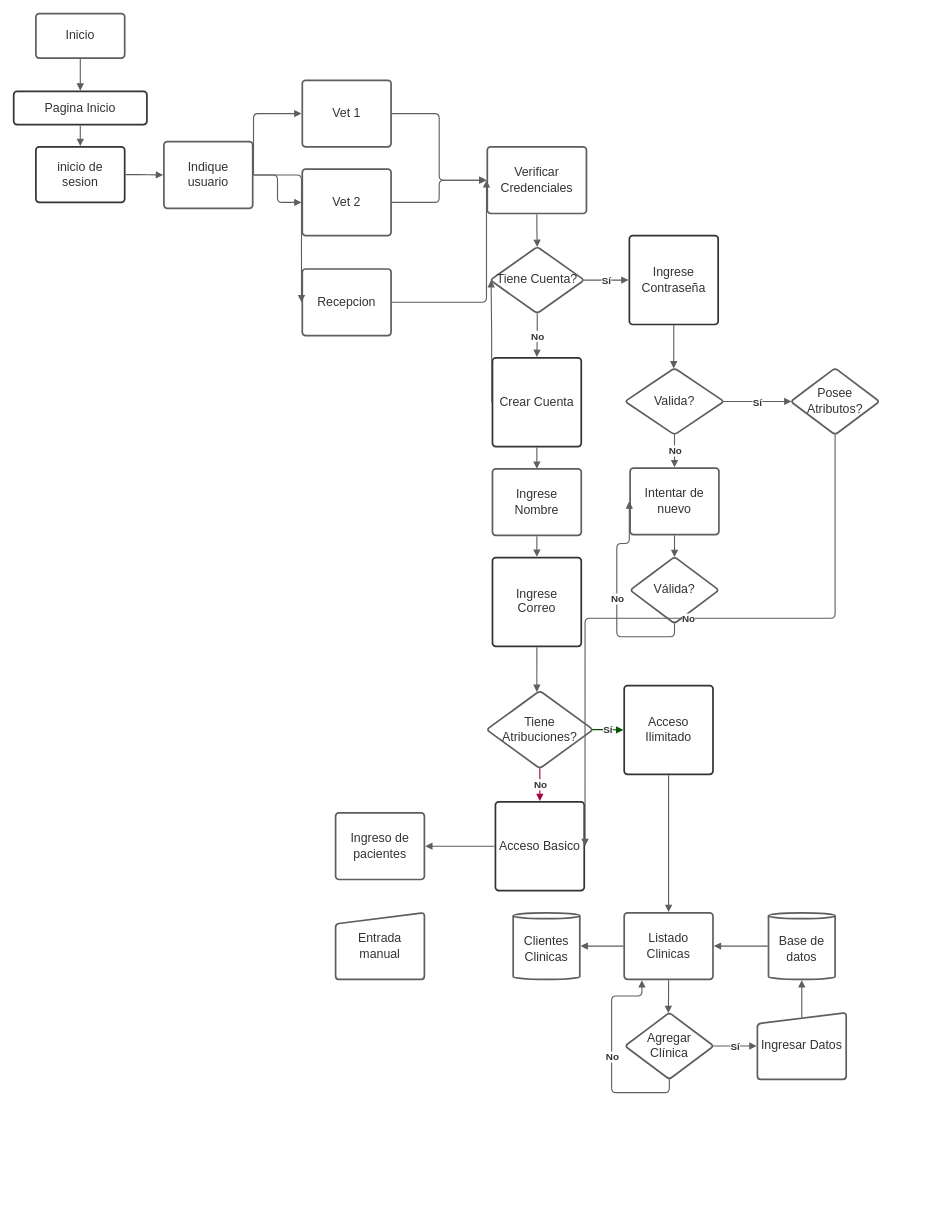
Earlier version of the draw.io diagram Diagrama sin título.drawio (MauroCCampos/Petsitter-Spa). Source tidied: cells renumbered, new cells numbered last; positions are measured from the earlier drawing's top-left corner, leaving out a move shared by most shapes. Both pictures are drawn from the tidied source at 74%, with x=0, y=0 at pixel (13, 13).
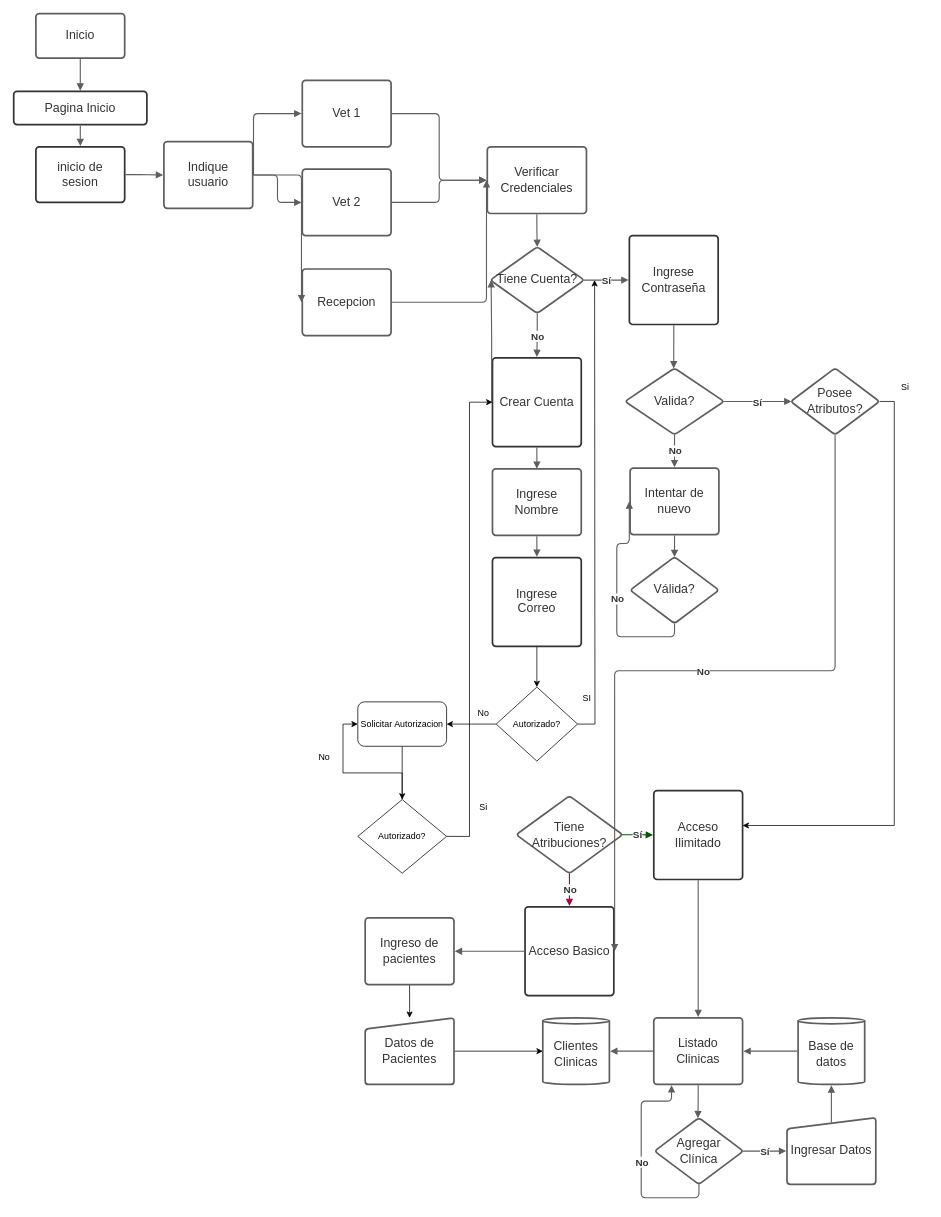
The same diagram, later.

Commit message (it also covers changes not shown here):
Proyecto Go Animal

Unchanged cells that the change refers to:
```xml
<mxCell id="23" value="Crear Cuenta" style="html=1;overflow=block;blockSpacing=1;whiteSpace=wrap;fontSize=16.7;fontColor=#333333;align=center;spacing=3.8;strokeColor=#333333;strokeOpacity=100;fillOpacity=0;rounded=1;absoluteArcSize=1;arcSize=9;fillColor=#ffffff;strokeWidth=2.3;lucidId=uwV_kCfQT2Pc;" parent="1" vertex="1">
  <mxGeometry x="647" y="465" width="120" height="120" as="geometry" />
</mxCell>
<mxCell id="38" value="&lt;div style=&quot;display: flex; justify-content: center; text-align: center; align-items: baseline; font-size: 0; line-height: 1.25;margin-top: -2px;&quot;&gt;&lt;span&gt;&lt;span style=&quot;font-size:16.7px;color:#333333;&quot;&gt;Ingrese &#10;&lt;/span&gt;&lt;/span&gt;&lt;/div&gt;&lt;div style=&quot;display: flex; justify-content: center; text-align: center; align-items: baseline; font-size: 0; line-height: 1.25;margin-top: -2px;&quot;&gt;&lt;span&gt;&lt;span style=&quot;font-size:16.7px;color:#333333;&quot;&gt;Correo&lt;/span&gt;&lt;/span&gt;&lt;/div&gt;" style="html=1;overflow=block;blockSpacing=1;whiteSpace=wrap;fontSize=13;spacing=3.8;strokeColor=#333333;strokeOpacity=100;fillOpacity=0;rounded=1;absoluteArcSize=1;arcSize=9;fillColor=#ffffff;strokeWidth=2.3;lucidId=Xag~Ae.uutdC;" parent="1" vertex="1">
  <mxGeometry x="647" y="735" width="120" height="120" as="geometry" />
</mxCell>
<mxCell id="47" value="Posee Atributos?" style="html=1;overflow=block;blockSpacing=1;whiteSpace=wrap;rhombus;fontSize=16.7;fontColor=#333333;align=center;spacing=3.8;strokeColor=#5e5e5e;strokeOpacity=100;rounded=1;absoluteArcSize=1;arcSize=9;strokeWidth=2.3;lucidId=nfg~SPuSGxTI;" parent="1" vertex="1">
  <mxGeometry x="1050" y="479" width="120" height="90" as="geometry" />
</mxCell>
```

The edit, as a diff of the source:
```diff
@@
+    <mxCell id="71" style="edgeStyle=orthogonalEdgeStyle;rounded=0;jettySize=auto;html=1;exitX=0.5;exitY=1;exitDx=0;exitDy=0;entryX=0.5;entryY=0;entryDx=0;entryDy=0;" parent="1" edge="1" source="38" target="77">
+      <mxGeometry relative="1" as="geometry" />
+    </mxCell>
@@
     <mxCell id="39" value="Tiene Atribuciones?" style="html=1;overflow=block;blockSpacing=1;whiteSpace=wrap;rhombus;fontSize=16.7;fontColor=#333333;align=center;spacing=3.8;strokeColor=#5e5e5e;strokeOpacity=100;rounded=1;absoluteArcSize=1;arcSize=9;strokeWidth=2.3;lucidId=4bg~qIHvXVig;" parent="1" vertex="1">
-      <mxGeometry x="639" y="915" width="144" height="105" as="geometry" />
+      <mxGeometry x="679" y="1057" width="144" height="105" as="geometry" />
     </mxCell>
-    <mxCell id="40" style="html=1;jettySize=18;whiteSpace=wrap;fontSize=13;strokeColor=#5E5E5E;strokeWidth=1.5;rounded=1;arcSize=12;edgeStyle=orthogonalEdgeStyle;startArrow=none;endArrow=block;endFill=1;exitX=0.5;exitY=1.009;exitPerimeter=0;entryX=0.472;entryY=0.015;entryPerimeter=0;lucidId=.bg~YO.xiR91;" parent="1" edge="1" source="38" target="39">
-      <mxGeometry relative="1" as="geometry" />
-    </mxCell>
@@
     <mxCell id="43" value="Acceso Ilimitado" style="html=1;overflow=block;blockSpacing=1;whiteSpace=wrap;fontSize=16.7;fontColor=#333333;align=center;spacing=3.8;strokeColor=#333333;strokeOpacity=100;fillOpacity=0;rounded=1;absoluteArcSize=1;arcSize=9;fillColor=#ffffff;strokeWidth=2.3;lucidId=Wcg~fUxF38FF;" parent="1" vertex="1">
-      <mxGeometry x="825" y="908" width="120" height="120" as="geometry" />
+      <mxGeometry x="865" y="1050" width="120" height="120" as="geometry" />
     </mxCell>
@@
     <mxCell id="46" value="Acceso Basico" style="html=1;overflow=block;blockSpacing=1;whiteSpace=wrap;fontSize=16.7;fontColor=#333333;align=center;spacing=3.8;strokeColor=#333333;strokeOpacity=100;fillOpacity=0;rounded=1;absoluteArcSize=1;arcSize=9;fillColor=#ffffff;strokeWidth=2.3;lucidId=-cg~yoFNJy~t;" parent="1" vertex="1">
-      <mxGeometry x="651" y="1065" width="120" height="120" as="geometry" />
+      <mxGeometry x="691" y="1207" width="120" height="120" as="geometry" />
     </mxCell>
+    <mxCell id="72" style="edgeStyle=orthogonalEdgeStyle;rounded=0;jettySize=auto;html=1;exitX=1;exitY=0.5;exitDx=0;exitDy=0;entryX=1;entryY=0.392;entryDx=0;entryDy=0;entryPerimeter=0;" parent="1" edge="1" source="47" target="43">
+      <mxGeometry relative="1" as="geometry" />
+    </mxCell>
@@
+    <mxCell id="73" style="edgeStyle=orthogonalEdgeStyle;rounded=0;jettySize=auto;html=1;exitX=0.5;exitY=1;exitDx=0;exitDy=0;entryX=0.5;entryY=0;entryDx=0;entryDy=0;" parent="1" edge="1" source="54" target="70">
+      <mxGeometry relative="1" as="geometry" />
+    </mxCell>
     <mxCell id="54" value="Ingreso de pacientes" style="html=1;overflow=block;blockSpacing=1;whiteSpace=wrap;fontSize=16.7;fontColor=#333333;align=center;spacing=9;strokeColor=#5e5e5e;strokeOpacity=100;rounded=1;absoluteArcSize=1;arcSize=9;strokeWidth=2.3;lucidId=k7g~KJd08HX2;" parent="1" vertex="1">
-      <mxGeometry x="435" y="1080" width="120" height="90" as="geometry" />
+      <mxGeometry x="475" y="1222" width="120" height="90" as="geometry" />
     </mxCell>
@@
     <mxCell id="56" value="Listado Clinicas" style="html=1;overflow=block;blockSpacing=1;whiteSpace=wrap;fontSize=16.7;fontColor=#333333;align=center;spacing=9;strokeColor=#5e5e5e;strokeOpacity=100;rounded=1;absoluteArcSize=1;arcSize=9;strokeWidth=2.3;lucidId=Z7g~fSgXq1W0;" parent="1" vertex="1">
-      <mxGeometry x="825" y="1215" width="120" height="90" as="geometry" />
+      <mxGeometry x="865" y="1357" width="120" height="90" as="geometry" />
     </mxCell>
@@
     <mxCell id="58" value="Agregar Clínica" style="html=1;overflow=block;blockSpacing=1;whiteSpace=wrap;rhombus;fontSize=16.7;fontColor=#333333;align=center;spacing=3.8;strokeColor=#5e5e5e;strokeOpacity=100;rounded=1;absoluteArcSize=1;arcSize=9;strokeWidth=2.3;lucidId=fah~KPaeuUrh;" parent="1" vertex="1">
-      <mxGeometry x="826" y="1350" width="120" height="90" as="geometry" />
+      <mxGeometry x="866" y="1492" width="120" height="90" as="geometry" />
     </mxCell>
@@
     <mxCell id="62" value="Base de datos" style="html=1;overflow=block;blockSpacing=1;whiteSpace=wrap;shape=cylinder3;size=4;anchorPointDirection=0;boundedLbl=1;fontSize=16.7;fontColor=#333333;align=center;spacing=3.8;strokeColor=#5e5e5e;strokeOpacity=100;rounded=1;absoluteArcSize=1;arcSize=9;strokeWidth=2.3;lucidId=Zdh~PG8KVk3B;" parent="1" vertex="1">
-      <mxGeometry x="1020" y="1215" width="90" height="90" as="geometry" />
+      <mxGeometry x="1060" y="1357" width="90" height="90" as="geometry" />
     </mxCell>
@@
     <mxCell id="64" value="Ingresar Datos" style="html=1;overflow=block;blockSpacing=1;whiteSpace=wrap;shape=manualInput;size=15;fontSize=16.7;fontColor=#333333;align=center;spacing=3.8;strokeColor=#5e5e5e;strokeOpacity=100;rounded=1;absoluteArcSize=1;arcSize=9;strokeWidth=2.3;lucidId=Neh~7mN96rgw;" parent="1" vertex="1">
-      <mxGeometry x="1005" y="1350" width="120" height="90" as="geometry" />
+      <mxGeometry x="1045" y="1492" width="120" height="90" as="geometry" />
     </mxCell>
@@
     <mxCell id="68" style="html=1;jettySize=18;whiteSpace=wrap;fontSize=13;strokeColor=#5E5E5E;strokeWidth=1.5;rounded=1;arcSize=12;edgeStyle=orthogonalEdgeStyle;startArrow=none;endArrow=block;endFill=1;exitX=-0.009;exitY=0.5;exitPerimeter=0;lucidId=PBh~WUcamDJf;" parent="1" edge="1" source="56">
       <mxGeometry relative="1" as="geometry">
-        <mxPoint x="766" y="1260" as="targetPoint" />
+        <mxPoint x="806" y="1402" as="targetPoint" />
       </mxGeometry>
     </mxCell>
     <mxCell id="69" value="Clientes Clinicas" style="html=1;overflow=block;blockSpacing=1;whiteSpace=wrap;shape=cylinder3;size=4;anchorPointDirection=0;boundedLbl=1;fontSize=16.7;fontColor=#333333;align=center;spacing=3.8;strokeColor=#5e5e5e;strokeOpacity=100;rounded=1;absoluteArcSize=1;arcSize=9;strokeWidth=2.3;lucidId=_Bh~envPogOS;" parent="1" vertex="1">
-      <mxGeometry x="675" y="1215" width="90" height="90" as="geometry" />
+      <mxGeometry x="715" y="1357" width="90" height="90" as="geometry" />
     </mxCell>
+    <mxCell id="74" style="edgeStyle=orthogonalEdgeStyle;rounded=0;jettySize=auto;html=1;exitX=1;exitY=0.5;exitDx=0;exitDy=0;entryX=0;entryY=0.5;entryDx=0;entryDy=0;entryPerimeter=0;" parent="1" edge="1" source="70" target="69">
+      <mxGeometry relative="1" as="geometry" />
+    </mxCell>
-    <mxCell id="70" value="Entrada manual" style="html=1;overflow=block;blockSpacing=1;whiteSpace=wrap;shape=manualInput;size=15;fontSize=16.7;fontColor=#333333;align=center;spacing=3.8;strokeColor=#5e5e5e;strokeOpacity=100;rounded=1;absoluteArcSize=1;arcSize=9;strokeWidth=2.3;lucidId=VFh~qWkk-6Xw;" parent="1" vertex="1">
-      <mxGeometry x="435" y="1215" width="120" height="90" as="geometry" />
+    <mxCell id="70" value="Datos de Pacientes" style="html=1;overflow=block;blockSpacing=1;whiteSpace=wrap;shape=manualInput;size=15;fontSize=16.7;fontColor=#333333;align=center;spacing=3.8;strokeColor=#5e5e5e;strokeOpacity=100;rounded=1;absoluteArcSize=1;arcSize=9;strokeWidth=2.3;lucidId=VFh~qWkk-6Xw;" parent="1" vertex="1">
+      <mxGeometry x="475" y="1357" width="120" height="90" as="geometry" />
     </mxCell>
+    <mxCell id="75" style="edgeStyle=orthogonalEdgeStyle;rounded=0;jettySize=auto;html=1;exitX=1;exitY=0.5;exitDx=0;exitDy=0;" parent="1" edge="1" source="77">
+      <mxGeometry relative="1" as="geometry">
+        <mxPoint x="785" y="360" as="targetPoint" />
+      </mxGeometry>
+    </mxCell>
+    <mxCell id="76" style="edgeStyle=orthogonalEdgeStyle;rounded=0;jettySize=auto;html=1;exitX=0;exitY=0.5;exitDx=0;exitDy=0;" parent="1" edge="1" source="77">
+      <mxGeometry relative="1" as="geometry">
+        <mxPoint x="585" y="960" as="targetPoint" />
+      </mxGeometry>
+    </mxCell>
+    <mxCell id="77" value="Autorizado?" style="rhombus;whiteSpace=wrap;html=1;" parent="1" vertex="1">
+      <mxGeometry x="652" y="910" width="110" height="100" as="geometry" />
+    </mxCell>
+    <mxCell id="78" style="edgeStyle=orthogonalEdgeStyle;rounded=0;jettySize=auto;html=1;exitX=0.5;exitY=1;exitDx=0;exitDy=0;" parent="1" edge="1" source="79" target="82">
+      <mxGeometry relative="1" as="geometry" />
+    </mxCell>
+    <mxCell id="79" value="Solicitar Autorizacion" style="rounded=1;whiteSpace=wrap;html=1;" parent="1" vertex="1">
+      <mxGeometry x="465" y="930" width="120" height="60" as="geometry" />
+    </mxCell>
+    <mxCell id="80" style="edgeStyle=orthogonalEdgeStyle;rounded=0;jettySize=auto;html=1;exitX=1;exitY=0.5;exitDx=0;exitDy=0;entryX=0;entryY=0.5;entryDx=0;entryDy=0;" parent="1" edge="1" source="82" target="23">
+      <mxGeometry relative="1" as="geometry" />
+    </mxCell>
+    <mxCell id="81" style="edgeStyle=orthogonalEdgeStyle;rounded=0;jettySize=auto;html=1;entryX=0;entryY=0.5;entryDx=0;entryDy=0;" parent="1" edge="1" source="82" target="79">
+      <mxGeometry relative="1" as="geometry" />
+    </mxCell>
+    <mxCell id="82" value="Autorizado?" style="rhombus;whiteSpace=wrap;html=1;" parent="1" vertex="1">
+      <mxGeometry x="465" y="1062" width="120" height="99.5" as="geometry" />
+    </mxCell>
+    <mxCell id="83" value="No" style="text;html=1;strokeColor=none;fillColor=none;align=center;verticalAlign=middle;whiteSpace=wrap;rounded=0;" parent="1" vertex="1">
+      <mxGeometry x="605" y="930" width="60" height="30" as="geometry" />
+    </mxCell>
+    <mxCell id="84" value="SI" style="text;html=1;strokeColor=none;fillColor=none;align=center;verticalAlign=middle;whiteSpace=wrap;rounded=0;" parent="1" vertex="1">
+      <mxGeometry x="745" y="910" width="60" height="30" as="geometry" />
+    </mxCell>
+    <mxCell id="85" value="Si" style="text;html=1;strokeColor=none;fillColor=none;align=center;verticalAlign=middle;whiteSpace=wrap;rounded=0;" parent="1" vertex="1">
+      <mxGeometry x="605" y="1057" width="60" height="30" as="geometry" />
+    </mxCell>
+    <mxCell id="86" value="No" style="text;html=1;strokeColor=none;fillColor=none;align=center;verticalAlign=middle;whiteSpace=wrap;rounded=0;" parent="1" vertex="1">
+      <mxGeometry x="390" y="990" width="60" height="30" as="geometry" />
+    </mxCell>
+    <mxCell id="87" value="Si" style="text;html=1;strokeColor=none;fillColor=none;align=center;verticalAlign=middle;whiteSpace=wrap;rounded=0;" parent="1" vertex="1">
+      <mxGeometry x="1175" y="490" width="60" height="30" as="geometry" />
+    </mxCell>
```
